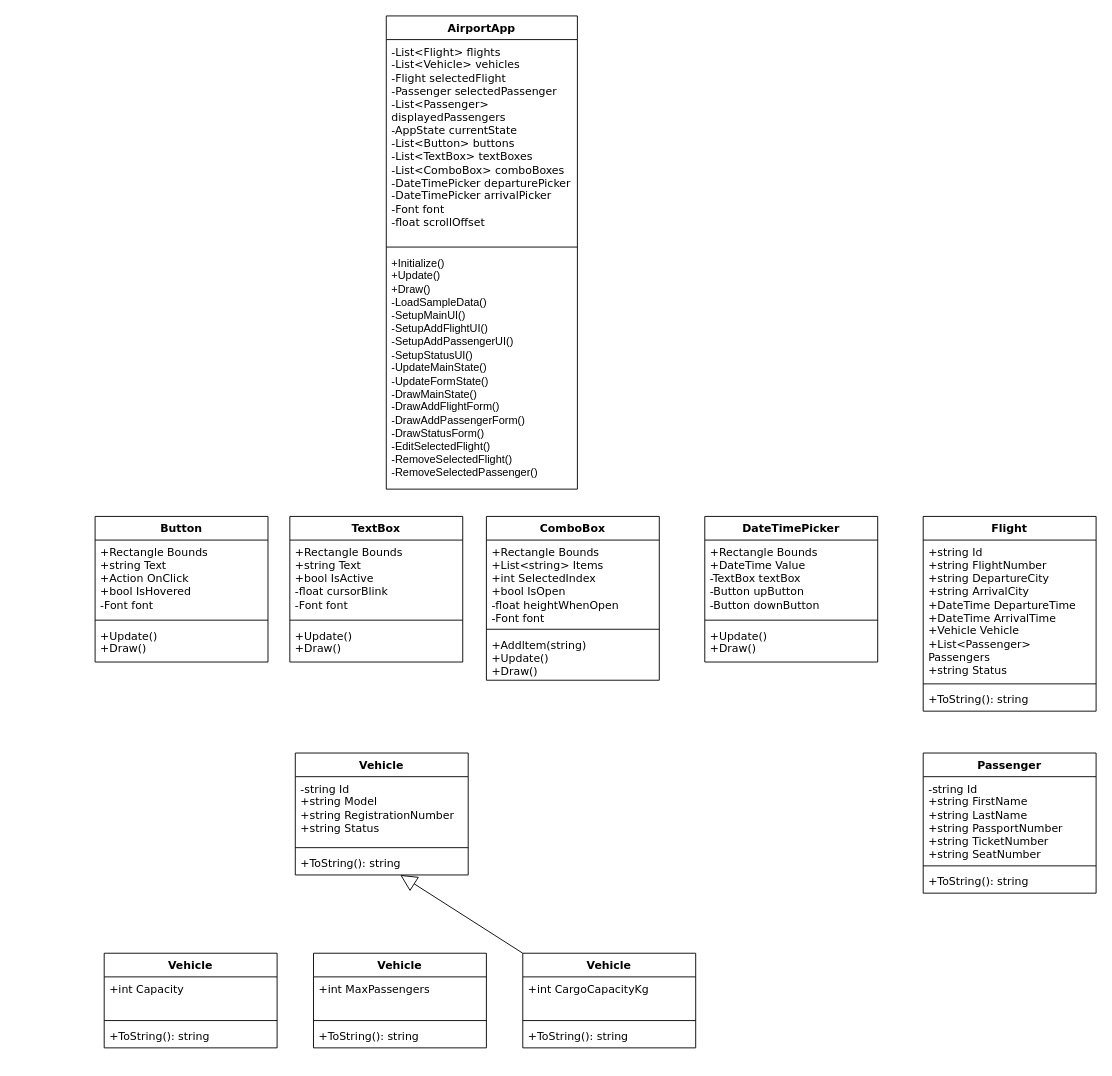
Earlier version of the draw.io diagram Диаграмма без названия.drawio (Siteshifter/fastlab). Source tidied: cells renumbered, new cells numbered last; positions are measured from the earlier drawing's top-left corner, leaving out a move shared by most shapes. Both pictures are drawn from the tidied source at 91%, with x=0, y=0 at pixel (95, 15).
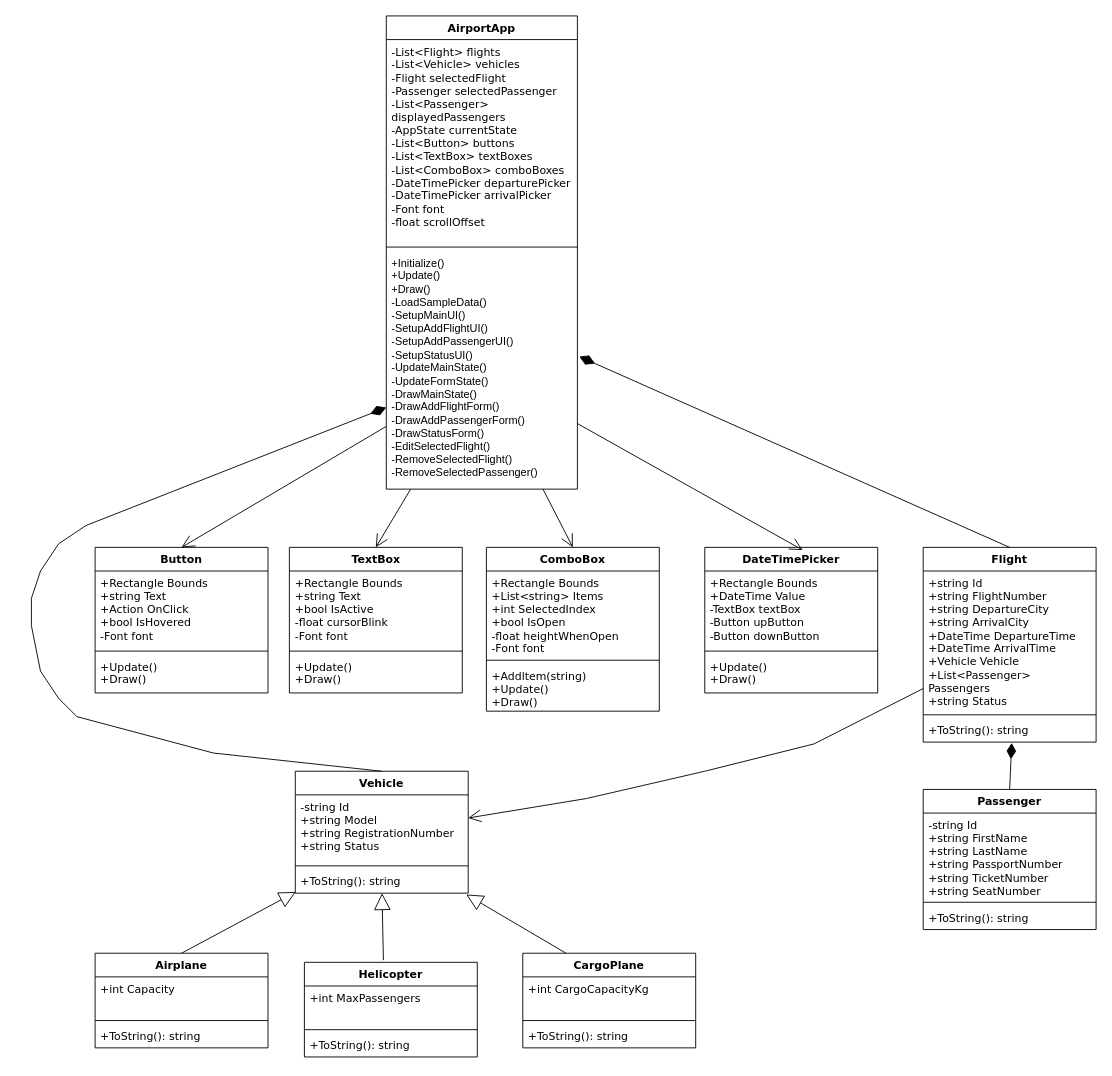
After the change.

Unchanged cells that the change refers to:
```xml
<mxCell id="5" value="&lt;div&gt;+Initialize()&lt;/div&gt;&lt;div&gt;+Update()&lt;/div&gt;&lt;div&gt;+Draw()&lt;/div&gt;&lt;div&gt;-LoadSampleData()&lt;/div&gt;&lt;div&gt;-SetupMainUI()&lt;/div&gt;&lt;div&gt;-SetupAddFlightUI()&lt;/div&gt;&lt;div&gt;-SetupAddPassengerUI()&lt;/div&gt;&lt;div&gt;-SetupStatusUI()&lt;/div&gt;&lt;div&gt;-UpdateMainState()&lt;/div&gt;&lt;div&gt;-UpdateFormState()&lt;/div&gt;&lt;div&gt;-DrawMainState()&lt;/div&gt;&lt;div&gt;-DrawAddFlightForm()&lt;/div&gt;&lt;div&gt;-DrawAddPassengerForm()&lt;/div&gt;&lt;div&gt;-DrawStatusForm()&lt;/div&gt;&lt;div&gt;-EditSelectedFlight()&lt;/div&gt;&lt;div&gt;-RemoveSelectedFlight()&lt;/div&gt;&lt;div&gt;-RemoveSelectedPassenger()&lt;/div&gt;&lt;div&gt;&lt;br&gt;&lt;/div&gt;" style="text;strokeColor=none;fillColor=none;align=left;verticalAlign=top;spacingLeft=4;spacingRight=4;overflow=hidden;points=[[0,0.5],[1,0.5]];portConstraint=eastwest;whiteSpace=wrap;html=1;" parent="2" vertex="1">
  <mxGeometry y="258" width="210" height="262" as="geometry" />
</mxCell>
<mxCell id="25" value="&lt;div&gt;+ToString(): string&lt;/div&gt;&lt;div&gt;&lt;br&gt;&lt;/div&gt;" style="text;strokeColor=none;fillColor=none;align=left;verticalAlign=top;spacingLeft=4;spacingRight=4;overflow=hidden;points=[[0,0.5],[1,0.5]];portConstraint=eastwest;whiteSpace=wrap;html=1;fontFamily=Verdana;" parent="22" vertex="1">
  <mxGeometry y="188" width="190" height="26" as="geometry" />
</mxCell>
<mxCell id="33" value="&lt;div&gt;+ToString(): string&lt;/div&gt;&lt;div&gt;&lt;br&gt;&lt;/div&gt;" style="text;strokeColor=none;fillColor=none;align=left;verticalAlign=top;spacingLeft=4;spacingRight=4;overflow=hidden;points=[[0,0.5],[1,0.5]];portConstraint=eastwest;whiteSpace=wrap;html=1;fontFamily=Verdana;" parent="30" vertex="1">
  <mxGeometry y="108" width="190" height="26" as="geometry" />
</mxCell>
```

The edit, as a diff of the source:
```diff
@@
     <mxCell id="6" value="&lt;div&gt;&lt;font face=&quot;Verdana&quot;&gt;Button&lt;/font&gt;&lt;/div&gt;&lt;div&gt;&lt;br&gt;&lt;/div&gt;" style="swimlane;fontStyle=1;align=center;verticalAlign=top;horizontal=1;startSize=26;whiteSpace=wrap;html=1;" parent="1" vertex="1">
-      <mxGeometry y="550" width="190" height="160" as="geometry" />
+      <mxGeometry y="584" width="190" height="160" as="geometry" />
     </mxCell>
@@
     <mxCell id="10" value="&lt;div&gt;&lt;div&gt;&lt;font face=&quot;Verdana&quot;&gt;TextBox&lt;/font&gt;&lt;/div&gt;&lt;/div&gt;&lt;div&gt;&lt;br&gt;&lt;/div&gt;" style="swimlane;fontStyle=1;align=center;verticalAlign=top;horizontal=1;startSize=26;whiteSpace=wrap;html=1;" parent="1" vertex="1">
-      <mxGeometry x="214" y="550" width="190" height="160" as="geometry" />
+      <mxGeometry x="213.5" y="584" width="190" height="160" as="geometry" />
     </mxCell>
@@
     <mxCell id="14" value="&lt;div&gt;&lt;div&gt;&lt;font face=&quot;Verdana&quot;&gt;ComboBox&lt;/font&gt;&lt;/div&gt;&lt;/div&gt;&lt;div&gt;&lt;br&gt;&lt;/div&gt;" style="swimlane;fontStyle=1;align=center;verticalAlign=top;horizontal=1;startSize=26;whiteSpace=wrap;html=1;" parent="1" vertex="1">
-      <mxGeometry x="430" y="550" width="190" height="180" as="geometry" />
+      <mxGeometry x="430" y="584" width="190" height="180" as="geometry" />
     </mxCell>
@@
     <mxCell id="18" value="&lt;div&gt;&lt;div&gt;&lt;font face=&quot;Verdana&quot;&gt;DateTimePicker&lt;/font&gt;&lt;/div&gt;&lt;/div&gt;&lt;div&gt;&lt;br&gt;&lt;/div&gt;" style="swimlane;fontStyle=1;align=center;verticalAlign=top;horizontal=1;startSize=26;whiteSpace=wrap;html=1;" parent="1" vertex="1">
-      <mxGeometry x="670" y="550" width="190" height="160" as="geometry" />
+      <mxGeometry x="670" y="584" width="190" height="160" as="geometry" />
     </mxCell>
@@
     <mxCell id="22" value="&lt;div&gt;&lt;div&gt;&lt;font face=&quot;Verdana&quot;&gt;Flight&lt;/font&gt;&lt;/div&gt;&lt;/div&gt;&lt;div&gt;&lt;br&gt;&lt;/div&gt;" style="swimlane;fontStyle=1;align=center;verticalAlign=top;horizontal=1;startSize=26;whiteSpace=wrap;html=1;" parent="1" vertex="1">
-      <mxGeometry x="910" y="550" width="190" height="214" as="geometry" />
+      <mxGeometry x="910" y="584" width="190" height="214" as="geometry" />
     </mxCell>
@@
     <mxCell id="26" value="&lt;div&gt;&lt;div&gt;&lt;font face=&quot;Verdana&quot;&gt;Passenger&lt;/font&gt;&lt;/div&gt;&lt;/div&gt;" style="swimlane;fontStyle=1;align=center;verticalAlign=top;horizontal=1;startSize=26;whiteSpace=wrap;html=1;" parent="1" vertex="1">
-      <mxGeometry x="910" y="810" width="190" height="154" as="geometry" />
+      <mxGeometry x="910" y="850" width="190" height="154" as="geometry" />
     </mxCell>
@@
     <mxCell id="30" value="&lt;div&gt;&lt;div&gt;&lt;font face=&quot;Verdana&quot;&gt;Vehicle&lt;/font&gt;&lt;/div&gt;&lt;/div&gt;" style="swimlane;fontStyle=1;align=center;verticalAlign=top;horizontal=1;startSize=26;whiteSpace=wrap;html=1;" parent="1" vertex="1">
-      <mxGeometry x="220" y="810" width="190" height="134" as="geometry" />
+      <mxGeometry x="220" y="830" width="190" height="134" as="geometry" />
     </mxCell>
@@
-    <mxCell id="34" value="&lt;div&gt;&lt;div&gt;&lt;font face=&quot;Verdana&quot;&gt;Vehicle&lt;/font&gt;&lt;/div&gt;&lt;/div&gt;" style="swimlane;fontStyle=1;align=center;verticalAlign=top;horizontal=1;startSize=26;whiteSpace=wrap;html=1;" parent="1" vertex="1">
-      <mxGeometry x="10" y="1030" width="190" height="104" as="geometry" />
+    <mxCell id="34" value="&lt;div&gt;&lt;font face=&quot;Verdana&quot;&gt;Airplane&lt;/font&gt;&lt;/div&gt;&lt;div&gt;&lt;br&gt;&lt;/div&gt;" style="swimlane;fontStyle=1;align=center;verticalAlign=top;horizontal=1;startSize=26;whiteSpace=wrap;html=1;" parent="1" vertex="1">
+      <mxGeometry y="1030" width="190" height="104" as="geometry" />
     </mxCell>
@@
-    <mxCell id="38" value="&lt;div&gt;&lt;div&gt;&lt;font face=&quot;Verdana&quot;&gt;Vehicle&lt;/font&gt;&lt;/div&gt;&lt;/div&gt;" style="swimlane;fontStyle=1;align=center;verticalAlign=top;horizontal=1;startSize=26;whiteSpace=wrap;html=1;" parent="1" vertex="1">
-      <mxGeometry x="240" y="1030" width="190" height="104" as="geometry" />
+    <mxCell id="38" value="&lt;div&gt;&lt;font face=&quot;Verdana&quot;&gt;Helicopter&lt;/font&gt;&lt;/div&gt;&lt;div&gt;&lt;br&gt;&lt;/div&gt;" style="swimlane;fontStyle=1;align=center;verticalAlign=top;horizontal=1;startSize=26;whiteSpace=wrap;html=1;" parent="1" vertex="1">
+      <mxGeometry x="230" y="1040" width="190" height="104" as="geometry" />
     </mxCell>
@@
-    <mxCell id="42" value="&lt;div&gt;&lt;div&gt;&lt;font face=&quot;Verdana&quot;&gt;Vehicle&lt;/font&gt;&lt;/div&gt;&lt;/div&gt;" style="swimlane;fontStyle=1;align=center;verticalAlign=top;horizontal=1;startSize=26;whiteSpace=wrap;html=1;" parent="1" vertex="1">
+    <mxCell id="42" value="&lt;div&gt;&lt;font face=&quot;Verdana&quot;&gt;CargoPlane&lt;/font&gt;&lt;/div&gt;&lt;div&gt;&lt;br&gt;&lt;/div&gt;" style="swimlane;fontStyle=1;align=center;verticalAlign=top;horizontal=1;startSize=26;whiteSpace=wrap;html=1;" parent="1" vertex="1">
       <mxGeometry x="470" y="1030" width="190" height="104" as="geometry" />
     </mxCell>
@@
-    <mxCell id="46" style="endArrow=block;endSize=16;endFill=0;html=1;rounded=0;exitX=0;exitY=0;exitDx=0;exitDy=0;" parent="1" edge="1" source="42" target="33">
+    <mxCell id="46" style="endArrow=block;endSize=16;endFill=0;html=1;rounded=0;exitX=0.25;exitY=0;exitDx=0;exitDy=0;entryX=0.989;entryY=1.057;entryDx=0;entryDy=0;entryPerimeter=0;" parent="1" edge="1" source="42" target="33">
       <mxGeometry relative="1" as="geometry" />
     </mxCell>
+    <mxCell id="47" style="endArrow=block;endSize=16;endFill=0;html=1;rounded=0;exitX=0.457;exitY=-0.023;exitDx=0;exitDy=0;exitPerimeter=0;" parent="1" edge="1" source="38" target="33">
+      <mxGeometry relative="1" as="geometry" />
+    </mxCell>
+    <mxCell id="48" style="endArrow=block;endSize=16;endFill=0;html=1;rounded=0;exitX=0.5;exitY=0;exitDx=0;exitDy=0;entryX=0.003;entryY=0.948;entryDx=0;entryDy=0;entryPerimeter=0;" parent="1" edge="1" source="34" target="33">
+      <mxGeometry relative="1" as="geometry" />
+    </mxCell>
+    <mxCell id="49" style="endArrow=open;endFill=1;endSize=12;html=1;rounded=0;entryX=0.5;entryY=0;entryDx=0;entryDy=0;" parent="1" edge="1" source="5" target="14">
+      <mxGeometry relative="1" as="geometry" />
+    </mxCell>
+    <mxCell id="50" style="endArrow=open;endFill=1;endSize=12;html=1;rounded=0;entryX=0.567;entryY=0.019;entryDx=0;entryDy=0;entryPerimeter=0;" parent="1" edge="1" source="5" target="18">
+      <mxGeometry relative="1" as="geometry" />
+    </mxCell>
+    <mxCell id="51" style="endArrow=open;endFill=1;endSize=12;html=1;rounded=0;entryX=0.5;entryY=0;entryDx=0;entryDy=0;" parent="1" edge="1" source="5" target="10">
+      <mxGeometry relative="1" as="geometry" />
+    </mxCell>
+    <mxCell id="52" style="endArrow=diamondThin;endFill=1;endSize=16;html=1;rounded=0;entryX=1.01;entryY=0.444;entryDx=0;entryDy=0;entryPerimeter=0;exitX=0.5;exitY=0;exitDx=0;exitDy=0;" parent="1" edge="1" source="22" target="5">
+      <mxGeometry relative="1" as="geometry" />
+    </mxCell>
+    <mxCell id="53" style="endArrow=diamondThin;endFill=1;endSize=15;html=1;rounded=0;entryX=0.512;entryY=1.034;entryDx=0;entryDy=0;entryPerimeter=0;exitX=0.5;exitY=0;exitDx=0;exitDy=0;fontSize=3;strokeWidth=1;" parent="1" edge="1" source="26" target="25">
+      <mxGeometry relative="1" as="geometry" />
+    </mxCell>
+    <mxCell id="54" style="endArrow=open;endFill=1;endSize=12;html=1;rounded=0;entryX=0.5;entryY=0;entryDx=0;entryDy=0;" parent="1" edge="1" source="5" target="6">
+      <mxGeometry relative="1" as="geometry" />
+    </mxCell>
+    <mxCell id="55" style="endArrow=diamondThin;endFill=1;endSize=16;html=1;rounded=0;exitX=0.5;exitY=0;exitDx=0;exitDy=0;" parent="1" edge="1" source="30" target="5">
+      <mxGeometry relative="1" as="geometry">
+        <Array as="points">
+          <mxPoint x="130" y="810" />
+          <mxPoint x="-20" y="770" />
+          <mxPoint x="-40" y="750" />
+          <mxPoint x="-60" y="720" />
+          <mxPoint x="-70" y="670" />
+          <mxPoint x="-70" y="640" />
+          <mxPoint x="-60" y="610" />
+          <mxPoint x="-40" y="580" />
+          <mxPoint x="-10" y="560" />
+        </Array>
+      </mxGeometry>
+    </mxCell>
+    <mxCell id="56" style="endArrow=open;endFill=1;endSize=12;html=1;rounded=0;" parent="1" edge="1" source="22" target="30">
+      <mxGeometry relative="1" as="geometry">
+        <Array as="points">
+          <mxPoint x="790" y="800" />
+          <mxPoint x="670" y="830" />
+          <mxPoint x="540" y="860" />
+        </Array>
+      </mxGeometry>
+    </mxCell>
```
